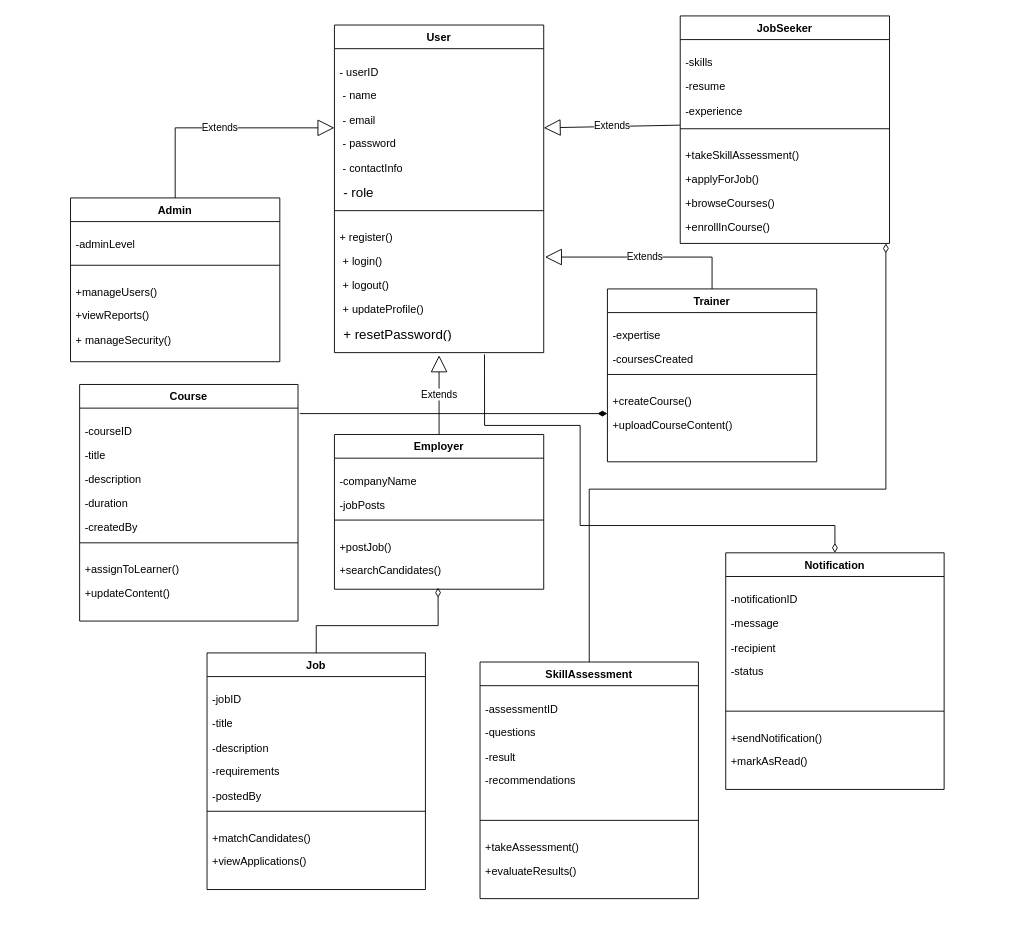
istewakhassantewak/Java-project-OOD keeps this draw.io diagram as 1.drawio. Above is the earlier version. Source tidied: cells renumbered, new cells numbered last; positions are measured from the earlier drawing's top-left corner, leaving out a move shared by most shapes. Both pictures are drawn from the tidied source at 91%, with x=0, y=0 at pixel (70, 15).
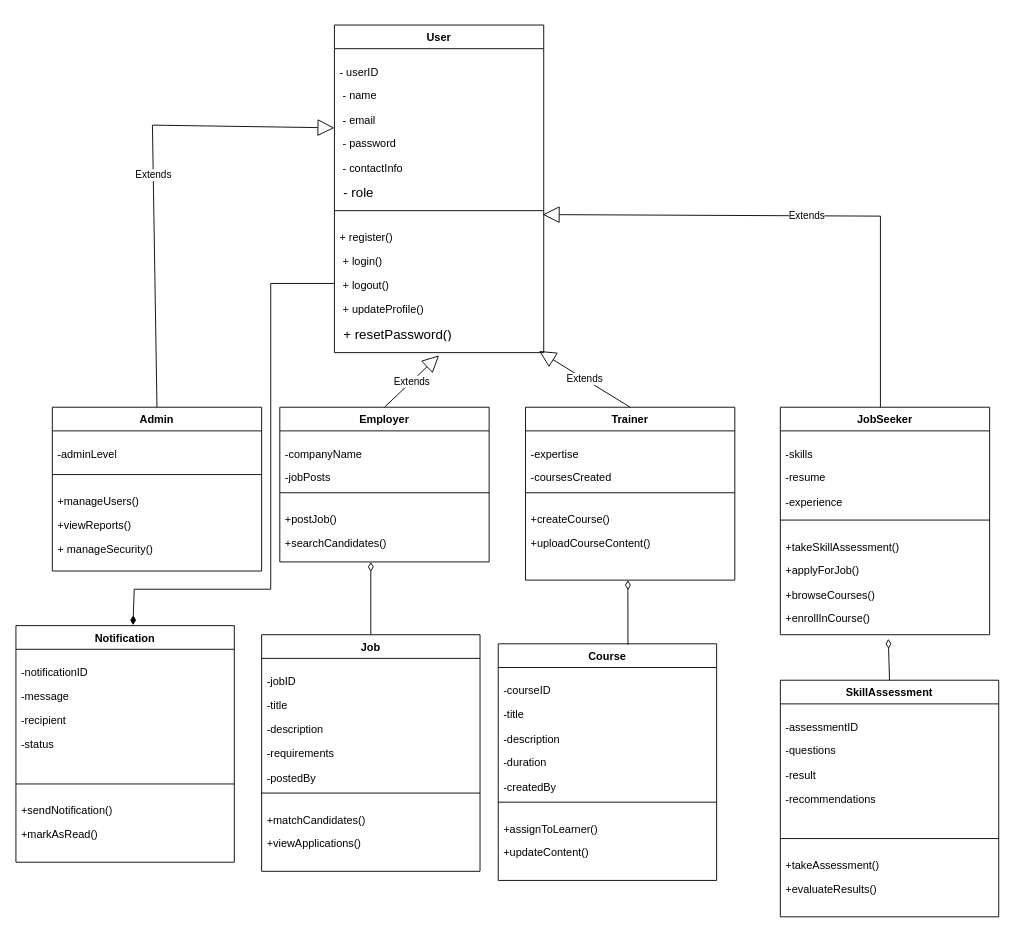
The same diagram, later.

The change refers to these unchanged cells:
```xml
<mxCell id="3" value="&lt;p class=&quot;MsoNormal&quot;&gt;- userID&amp;nbsp;&lt;/p&gt;&lt;p class=&quot;MsoNormal&quot;&gt;&amp;nbsp;- name &lt;/p&gt;&lt;p class=&quot;MsoNormal&quot;&gt;&amp;nbsp;- email&lt;/p&gt;&lt;p class=&quot;MsoNormal&quot;&gt;&amp;nbsp;- password&lt;/p&gt;&lt;p class=&quot;MsoNormal&quot;&gt;&amp;nbsp;- contactInfo&lt;/p&gt;&lt;span style=&quot;font-size:11.0pt;line-height:107%;font-family:&amp;quot;Calibri&amp;quot;,sans-serif;&lt;br/&gt;mso-ascii-theme-font:minor-latin;mso-fareast-font-family:Calibri;mso-fareast-theme-font:&lt;br/&gt;minor-latin;mso-hansi-theme-font:minor-latin;mso-bidi-font-family:&amp;quot;Times New Roman&amp;quot;;&lt;br/&gt;mso-bidi-theme-font:minor-bidi;mso-ansi-language:EN-US;mso-fareast-language:&lt;br/&gt;EN-US;mso-bidi-language:AR-SA&quot;&gt;&amp;nbsp;- role&lt;/span&gt;" style="text;strokeColor=none;fillColor=none;align=left;verticalAlign=top;spacingLeft=4;spacingRight=4;overflow=hidden;points=[[0,0.5],[1,0.5]];portConstraint=eastwest;whiteSpace=wrap;html=1;" parent="2" vertex="1">
  <mxGeometry y="26" width="230" height="174" as="geometry" />
</mxCell>
<mxCell id="5" value="&lt;p class=&quot;MsoNormal&quot;&gt;+ &lt;span class=&quot;hljs-builtin&quot;&gt;register&lt;/span&gt;()&lt;/p&gt;&lt;p class=&quot;MsoNormal&quot;&gt;&amp;nbsp;+ &lt;span class=&quot;hljs-builtin&quot;&gt;login&lt;/span&gt;()&lt;/p&gt;&lt;p class=&quot;MsoNormal&quot;&gt;&amp;nbsp;+ &lt;span class=&quot;hljs-builtin&quot;&gt;logout&lt;/span&gt;()&lt;/p&gt;&lt;p class=&quot;MsoNormal&quot;&gt;&amp;nbsp;+ &lt;span class=&quot;hljs-builtin&quot;&gt;updateProfile&lt;/span&gt;()&lt;/p&gt;&lt;span style=&quot;font-size:11.0pt;line-height:107%;font-family:&amp;quot;Calibri&amp;quot;,sans-serif;&lt;br/&gt;mso-ascii-theme-font:minor-latin;mso-fareast-font-family:Calibri;mso-fareast-theme-font:&lt;br/&gt;minor-latin;mso-hansi-theme-font:minor-latin;mso-bidi-font-family:&amp;quot;Times New Roman&amp;quot;;&lt;br/&gt;mso-bidi-theme-font:minor-bidi;mso-ansi-language:EN-US;mso-fareast-language:&lt;br/&gt;EN-US;mso-bidi-language:AR-SA&quot;&gt;&amp;nbsp;+ &lt;span class=&quot;hljs-builtin&quot;&gt;resetPassword&lt;/span&gt;()&amp;nbsp;&lt;/span&gt;" style="text;strokeColor=none;fillColor=none;align=left;verticalAlign=top;spacingLeft=4;spacingRight=4;overflow=hidden;points=[[0,0.5],[1,0.5]];portConstraint=eastwest;whiteSpace=wrap;html=1;" parent="2" vertex="1">
  <mxGeometry y="208" width="230" height="152" as="geometry" />
</mxCell>
<mxCell id="10" value="&lt;p class=&quot;MsoNormal&quot;&gt;+takeSkillAssessment()&lt;/p&gt;&lt;p class=&quot;MsoNormal&quot;&gt;+&lt;span style=&quot;background-color: initial;&quot;&gt;applyForJob()&lt;/span&gt;&lt;/p&gt;&lt;p class=&quot;MsoNormal&quot;&gt;&lt;span style=&quot;background-color: initial;&quot;&gt;+browseCourses()&lt;/span&gt;&lt;/p&gt;&lt;p class=&quot;MsoNormal&quot;&gt;&lt;span style=&quot;background-color: initial;&quot;&gt;+enrollInCourse()&lt;/span&gt;&lt;/p&gt;" style="text;strokeColor=none;fillColor=none;align=left;verticalAlign=top;spacingLeft=4;spacingRight=4;overflow=hidden;points=[[0,0.5],[1,0.5]];portConstraint=eastwest;whiteSpace=wrap;html=1;" parent="6" vertex="1">
  <mxGeometry y="128" width="230" height="122" as="geometry" />
</mxCell>
<mxCell id="14" value="&lt;p class=&quot;MsoNormal&quot;&gt;+createCourse()&lt;/p&gt;&lt;p class=&quot;MsoNormal&quot;&gt;+uploadCourseContent()&lt;/p&gt;" style="text;strokeColor=none;fillColor=none;align=left;verticalAlign=top;spacingLeft=4;spacingRight=4;overflow=hidden;points=[[0,0.5],[1,0.5]];portConstraint=eastwest;whiteSpace=wrap;html=1;" parent="11" vertex="1">
  <mxGeometry y="98" width="230" height="92" as="geometry" />
</mxCell>
<mxCell id="18" value="&lt;p class=&quot;MsoNormal&quot;&gt;+postJob()&lt;/p&gt;&lt;p class=&quot;MsoNormal&quot;&gt;+searchCandidates()&lt;/p&gt;" style="text;strokeColor=none;fillColor=none;align=left;verticalAlign=top;spacingLeft=4;spacingRight=4;overflow=hidden;points=[[0,0.5],[1,0.5]];portConstraint=eastwest;whiteSpace=wrap;html=1;" parent="15" vertex="1">
  <mxGeometry y="98" width="230" height="72" as="geometry" />
</mxCell>
```

The edit, as a diff of the source:
```diff
@@
     <mxCell id="6" value="JobSeeker" style="swimlane;fontStyle=1;align=center;verticalAlign=top;horizontal=1;startSize=26;whiteSpace=wrap;html=1;" parent="1" vertex="1">
-      <mxGeometry x="670" width="230" height="250" as="geometry" />
+      <mxGeometry x="780" y="430" width="230" height="250" as="geometry" />
     </mxCell>
@@
-    <mxCell id="9" value="Extends" style="endArrow=block;endSize=16;endFill=0;html=1;rounded=0;entryX=1;entryY=0.5;entryDx=0;entryDy=0;" parent="6" edge="1" target="3">
+    <mxCell id="9" value="Extends" style="endArrow=block;endSize=16;endFill=0;html=1;rounded=0;entryX=0.995;entryY=0.002;entryDx=0;entryDy=0;entryPerimeter=0;" parent="6" edge="1" target="5">
       <mxGeometry relative="1" as="geometry">
-        <mxPoint y="120" as="sourcePoint" />
+        <mxPoint x="110" as="sourcePoint" />
+        <Array as="points">
+          <mxPoint x="110" y="-210" />
+        </Array>
       </mxGeometry>
     </mxCell>
@@
     <mxCell id="11" value="Trainer" style="swimlane;fontStyle=1;align=center;verticalAlign=top;horizontal=1;startSize=26;whiteSpace=wrap;html=1;" parent="1" vertex="1">
-      <mxGeometry x="590" y="300" width="230" height="190" as="geometry" />
+      <mxGeometry x="500" y="430" width="230" height="190" as="geometry" />
     </mxCell>
@@
     <mxCell id="15" value="Employer" style="swimlane;fontStyle=1;align=center;verticalAlign=top;horizontal=1;startSize=26;whiteSpace=wrap;html=1;" parent="1" vertex="1">
-      <mxGeometry x="290" y="460" width="230" height="170" as="geometry" />
+      <mxGeometry x="230" y="430" width="230" height="170" as="geometry" />
     </mxCell>
@@
     <mxCell id="19" value="Admin" style="swimlane;fontStyle=1;align=center;verticalAlign=top;horizontal=1;startSize=26;whiteSpace=wrap;html=1;" parent="1" vertex="1">
-      <mxGeometry y="200" width="230" height="180" as="geometry" />
+      <mxGeometry x="-20" y="430" width="230" height="180" as="geometry" />
     </mxCell>
@@
     <mxCell id="23" value="Course" style="swimlane;fontStyle=1;align=center;verticalAlign=top;horizontal=1;startSize=26;whiteSpace=wrap;html=1;" parent="1" vertex="1">
-      <mxGeometry x="10" y="405" width="240" height="260" as="geometry" />
+      <mxGeometry x="470" y="690" width="240" height="260" as="geometry" />
     </mxCell>
@@
     <mxCell id="27" value="Job" style="swimlane;fontStyle=1;align=center;verticalAlign=top;horizontal=1;startSize=26;whiteSpace=wrap;html=1;" parent="1" vertex="1">
-      <mxGeometry x="150" y="700" width="240" height="260" as="geometry" />
+      <mxGeometry x="210" y="680" width="240" height="260" as="geometry" />
     </mxCell>
@@
     <mxCell id="31" value="SkillAssessment" style="swimlane;fontStyle=1;align=center;verticalAlign=top;horizontal=1;startSize=26;whiteSpace=wrap;html=1;" parent="1" vertex="1">
-      <mxGeometry x="450" y="710" width="240" height="260" as="geometry" />
+      <mxGeometry x="780" y="730" width="240" height="260" as="geometry" />
     </mxCell>
@@
     <mxCell id="35" value="Notification" style="swimlane;fontStyle=1;align=center;verticalAlign=top;horizontal=1;startSize=26;whiteSpace=wrap;html=1;" parent="1" vertex="1">
-      <mxGeometry x="720" y="590" width="240" height="260" as="geometry" />
+      <mxGeometry x="-60" y="670" width="240" height="260" as="geometry" />
     </mxCell>
@@
-    <mxCell id="39" value="Extends" style="endArrow=block;endSize=16;endFill=0;html=1;rounded=0;exitX=0.5;exitY=0;exitDx=0;exitDy=0;entryX=1.006;entryY=0.309;entryDx=0;entryDy=0;entryPerimeter=0;" parent="1" edge="1" source="11" target="5">
+    <mxCell id="39" value="Extends" style="endArrow=block;endSize=16;endFill=0;html=1;rounded=0;exitX=0.5;exitY=0;exitDx=0;exitDy=0;entryX=0.978;entryY=0.988;entryDx=0;entryDy=0;entryPerimeter=0;" parent="1" edge="1" source="11" target="5">
       <mxGeometry relative="1" as="geometry">
         <Array as="points">
-          <mxPoint x="705" y="265" />
+          <mxPoint x="550" y="390" />
         </Array>
       </mxGeometry>
     </mxCell>
     <mxCell id="40" value="Extends" style="endArrow=block;endSize=16;endFill=0;html=1;rounded=0;entryX=0;entryY=0.5;entryDx=0;entryDy=0;exitX=0.5;exitY=0;exitDx=0;exitDy=0;" parent="1" edge="1" source="19" target="3">
       <mxGeometry relative="1" as="geometry">
         <Array as="points">
-          <mxPoint x="115" y="123" />
+          <mxPoint x="90" y="120" />
         </Array>
       </mxGeometry>
     </mxCell>
@@
-    <mxCell id="42" style="endArrow=none;startArrow=diamondThin;endFill=0;startFill=0;html=1;verticalAlign=bottom;labelBackgroundColor=none;strokeWidth=1;startSize=8;endSize=8;rounded=0;entryX=0.5;entryY=0;entryDx=0;entryDy=0;" parent="1" edge="1" target="31">
-      <mxGeometry relative="1" as="geometry">
-        <mxPoint x="896" y="250" as="sourcePoint" />
-        <Array as="points">
-          <mxPoint x="896" y="520" />
-          <mxPoint x="570" y="520" />
-        </Array>
-      </mxGeometry>
-    </mxCell>
-    <mxCell id="43" style="endArrow=none;startArrow=diamondThin;endFill=0;startFill=1;html=1;verticalAlign=bottom;labelBackgroundColor=none;strokeWidth=1;startSize=8;endSize=8;rounded=0;exitX=0;exitY=0.424;exitDx=0;exitDy=0;exitPerimeter=0;" parent="1" edge="1" source="14">
-      <mxGeometry relative="1" as="geometry">
-        <mxPoint x="252" y="437" as="targetPoint" />
-      </mxGeometry>
-    </mxCell>
-    <mxCell id="44" style="endArrow=none;startArrow=diamondThin;endFill=0;startFill=0;html=1;verticalAlign=bottom;labelBackgroundColor=none;strokeWidth=1;startSize=8;endSize=8;rounded=0;exitX=0.495;exitY=0.976;exitDx=0;exitDy=0;exitPerimeter=0;entryX=0.5;entryY=0;entryDx=0;entryDy=0;" parent="1" edge="1" source="18" target="27">
-      <mxGeometry relative="1" as="geometry">
-        <Array as="points">
-          <mxPoint x="404" y="670" />
-          <mxPoint x="270" y="670" />
-        </Array>
-      </mxGeometry>
-    </mxCell>
+    <mxCell id="46" style="endArrow=none;startArrow=diamondThin;endFill=0;startFill=0;html=1;verticalAlign=bottom;labelBackgroundColor=none;strokeWidth=1;startSize=8;endSize=8;rounded=0;entryX=0.5;entryY=0;entryDx=0;entryDy=0;" parent="1" edge="1" target="27">
+      <mxGeometry relative="1" as="geometry">
+        <mxPoint x="330" y="600" as="sourcePoint" />
+      </mxGeometry>
+    </mxCell>
+    <mxCell id="47" style="endArrow=none;startArrow=diamondThin;endFill=0;startFill=0;html=1;verticalAlign=bottom;labelBackgroundColor=none;strokeWidth=1;startSize=8;endSize=8;rounded=0;exitX=0.516;exitY=1.037;exitDx=0;exitDy=0;exitPerimeter=0;entryX=0.5;entryY=0;entryDx=0;entryDy=0;" parent="1" edge="1" source="10" target="31">
+      <mxGeometry relative="1" as="geometry" />
+    </mxCell>
+    <mxCell id="48" style="endArrow=none;startArrow=diamondThin;endFill=0;startFill=0;html=1;verticalAlign=bottom;labelBackgroundColor=none;strokeWidth=1;startSize=8;endSize=8;rounded=0;entryX=0.594;entryY=0.003;entryDx=0;entryDy=0;entryPerimeter=0;exitX=0.489;exitY=1;exitDx=0;exitDy=0;exitPerimeter=0;" parent="1" edge="1" source="14" target="23">
+      <mxGeometry relative="1" as="geometry" />
+    </mxCell>
-    <mxCell id="45" style="endArrow=none;startArrow=diamondThin;endFill=0;startFill=0;html=1;verticalAlign=bottom;labelBackgroundColor=none;strokeWidth=1;startSize=8;endSize=8;rounded=0;exitX=0.5;exitY=0;exitDx=0;exitDy=0;entryX=0.717;entryY=1.013;entryDx=0;entryDy=0;entryPerimeter=0;" parent="1" edge="1" source="35" target="5">
+    <mxCell id="45" style="endArrow=none;startArrow=diamondThin;endFill=0;startFill=1;html=1;verticalAlign=bottom;labelBackgroundColor=none;strokeWidth=1;startSize=8;endSize=8;rounded=0;exitX=0.536;exitY=-0.002;exitDx=0;exitDy=0;entryX=0;entryY=0.5;entryDx=0;entryDy=0;exitPerimeter=0;" parent="1" edge="1" source="35" target="5">
       <mxGeometry relative="1" as="geometry">
         <Array as="points">
-          <mxPoint x="840" y="560" />
-          <mxPoint x="560" y="560" />
-          <mxPoint x="560" y="450" />
-          <mxPoint x="455" y="450" />
+          <mxPoint x="70" y="630" />
+          <mxPoint x="220" y="630" />
+          <mxPoint x="220" y="294" />
         </Array>
       </mxGeometry>
     </mxCell>
```
